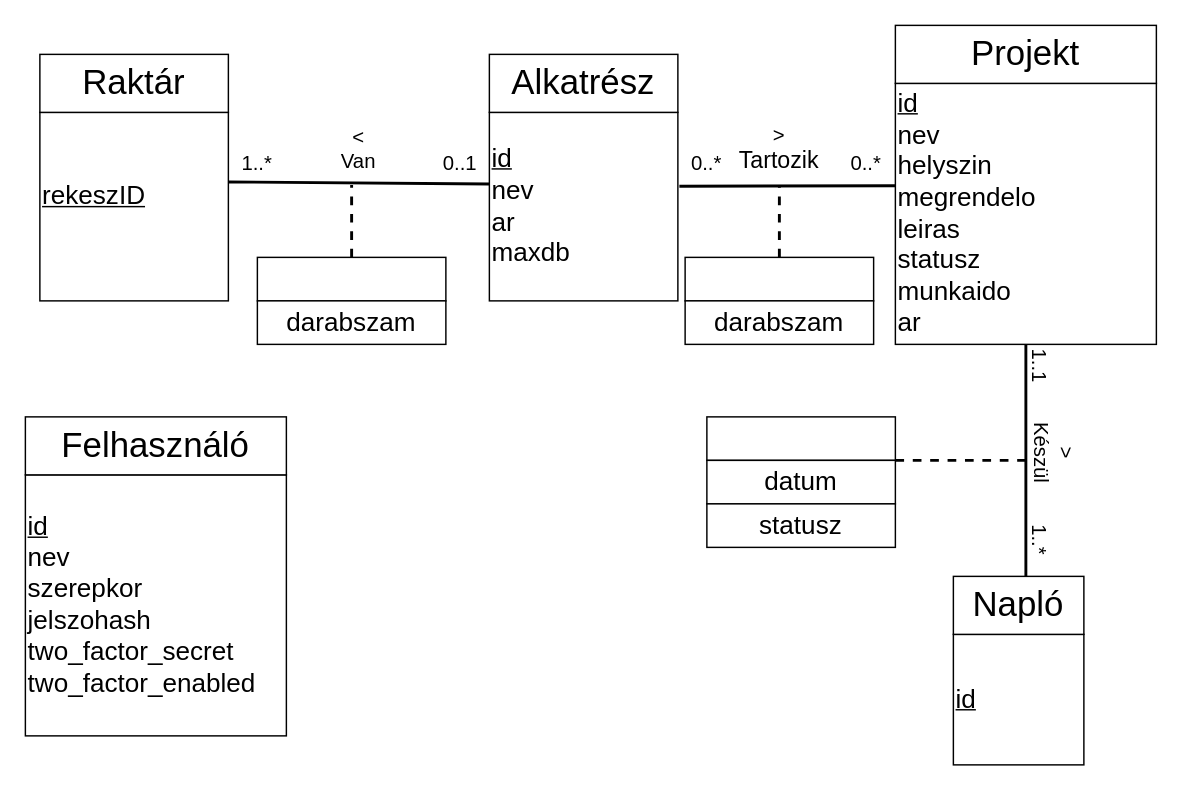
Before: Documentation/ermodell.drawio in Sztoner/Beadando2026, a draw.io diagram. Source tidied: cells renumbered, new cells numbered last; positions are measured from the earlier drawing's top-left corner, leaving out a move shared by most shapes. Both pictures are drawn from the tidied source at 145%, with x=0, y=0 at pixel (25, 25).
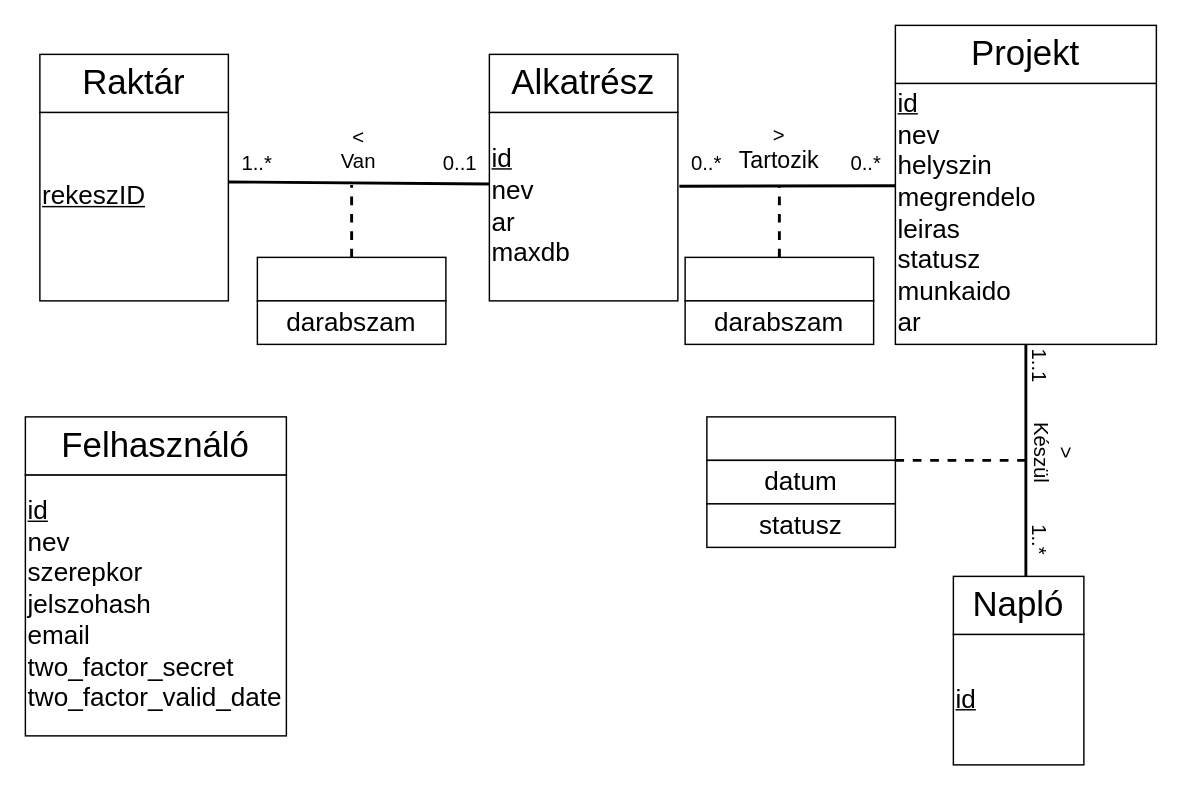
The same diagram, later.

What changed in the source:
```diff
@@
-    <mxCell id="32" value="&lt;div&gt;&lt;span style=&quot;font-size: 18px;&quot;&gt;&lt;u&gt;id&lt;/u&gt;&lt;/span&gt;&lt;/div&gt;&lt;div&gt;&lt;span style=&quot;font-size: 18px;&quot;&gt;nev&lt;/span&gt;&lt;/div&gt;&lt;div&gt;&lt;span style=&quot;font-size: 18px;&quot;&gt;szerepkor&lt;/span&gt;&lt;/div&gt;&lt;div&gt;&lt;span style=&quot;font-size: 18px;&quot;&gt;jelszohash&lt;/span&gt;&lt;/div&gt;&lt;div&gt;&lt;span style=&quot;font-size: 18px;&quot;&gt;two_factor_secret&lt;/span&gt;&lt;/div&gt;&lt;div&gt;&lt;span style=&quot;font-size: 18px;&quot;&gt;two_factor_enabled&lt;/span&gt;&lt;/div&gt;" style="whiteSpace=wrap;html=1;align=left;" parent="1" vertex="1">
+    <mxCell id="32" value="&lt;div&gt;&lt;span style=&quot;font-size: 18px;&quot;&gt;&lt;u&gt;id&lt;/u&gt;&lt;/span&gt;&lt;/div&gt;&lt;div&gt;&lt;span style=&quot;font-size: 18px;&quot;&gt;nev&lt;/span&gt;&lt;/div&gt;&lt;div&gt;&lt;span style=&quot;font-size: 18px;&quot;&gt;szerepkor&lt;/span&gt;&lt;/div&gt;&lt;div&gt;&lt;span style=&quot;font-size: 18px;&quot;&gt;jelszohash&lt;/span&gt;&lt;/div&gt;&lt;div&gt;&lt;span style=&quot;font-size: 18px;&quot;&gt;email&lt;/span&gt;&lt;/div&gt;&lt;div&gt;&lt;span style=&quot;font-size: 18px;&quot;&gt;two_factor_secret&lt;/span&gt;&lt;/div&gt;&lt;div&gt;&lt;span style=&quot;font-size: 18px;&quot;&gt;two_factor_valid_date&lt;/span&gt;&lt;/div&gt;" style="whiteSpace=wrap;html=1;align=left;" parent="1" vertex="1">
       <mxGeometry y="310" width="180" height="180" as="geometry" />
     </mxCell>
```
